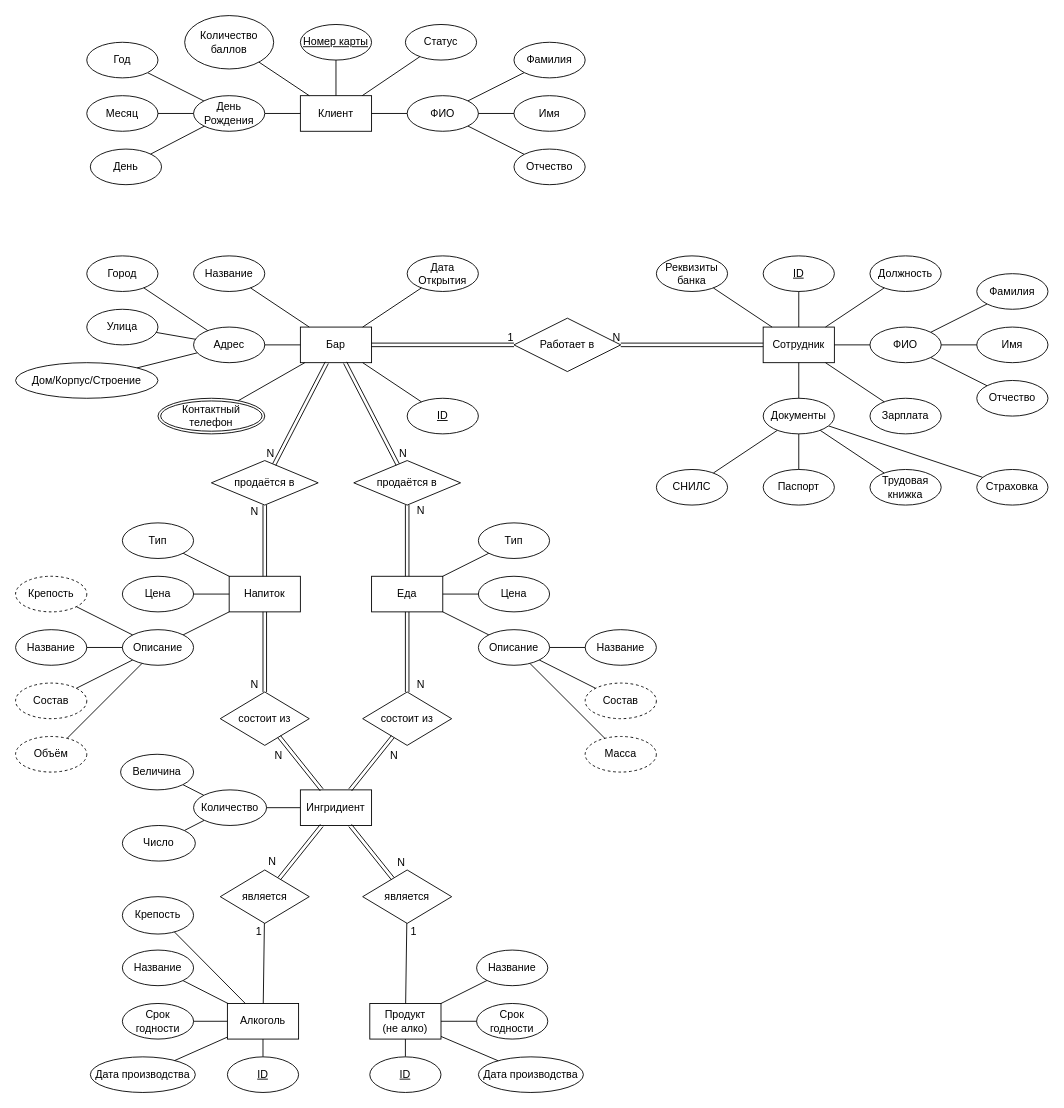
Above: erm.drawio in randomunrandom/pkis (draw.io), before the change. Source tidied: cells renumbered, new cells numbered last; positions are measured from the earlier drawing's top-left corner, leaving out a move shared by most shapes. Both pictures are drawn from the tidied source at 89%, with x=0, y=0 at pixel (15, 15).
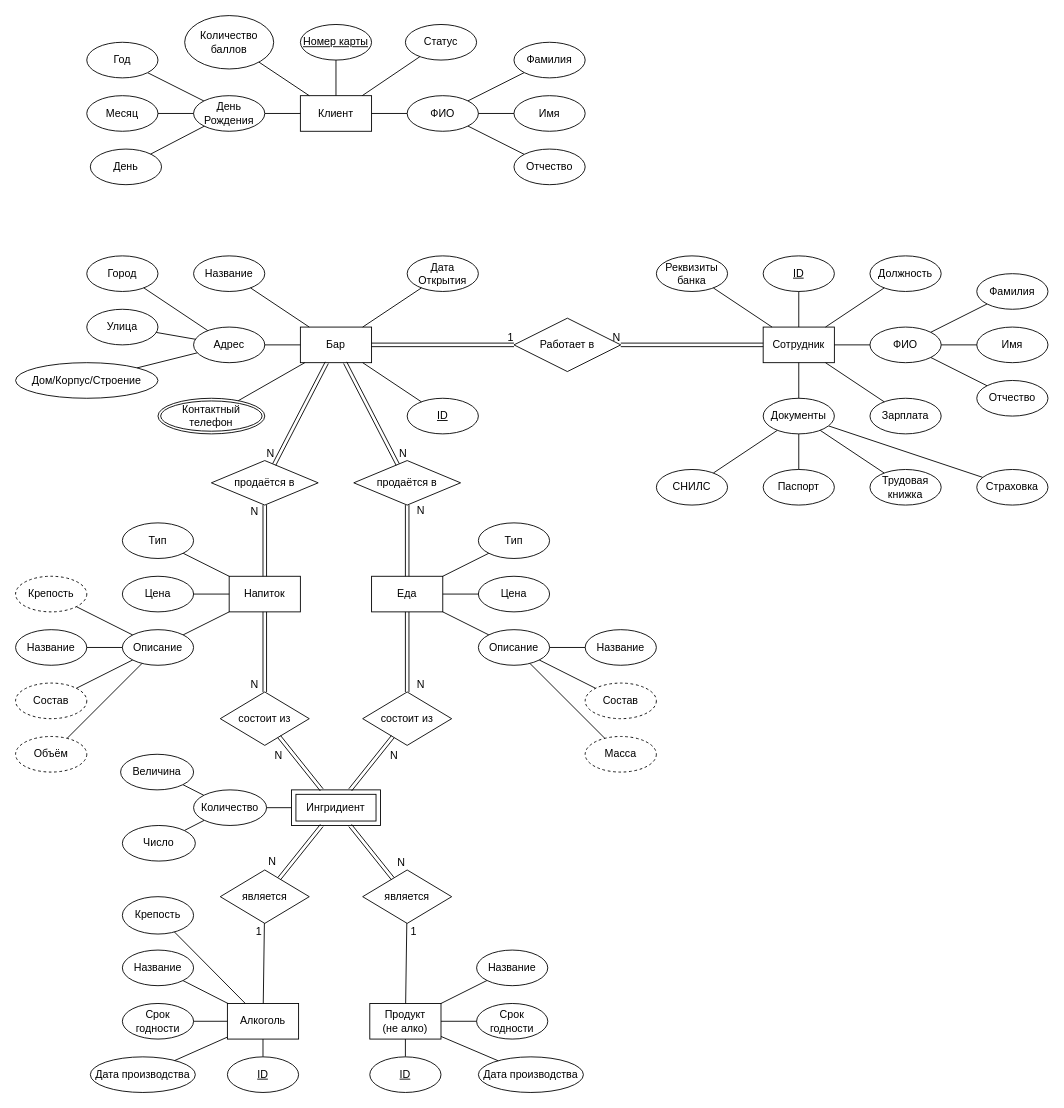
The same diagram, later.

Diff of the diagram source:
```diff
@@
-    <mxCell id="106" value="Ингридиент" style="whiteSpace=wrap;html=1;align=center;" parent="1" vertex="1">
-      <mxGeometry x="320" y="870" width="80" height="40" as="geometry" />
+    <mxCell id="106" value="Ингридиент" style="shape=ext;margin=3;double=1;whiteSpace=wrap;html=1;align=center;fontFamily=Helvetica;fontSize=12;fontColor=#000000;strokeColor=#000000;fillColor=#ffffff;" parent="1" vertex="1">
+      <mxGeometry x="310" y="870" width="100" height="40" as="geometry" />
     </mxCell>
```
